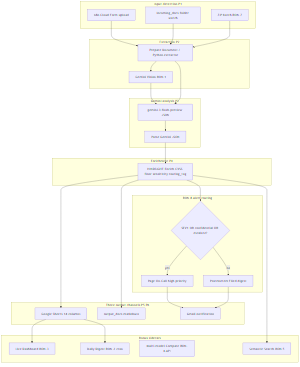
Before: docs/architecture.png, a diagram exported from Mermaid (reem-mor/hindsight). Its source is kept beside it as docs/architecture.mmd.
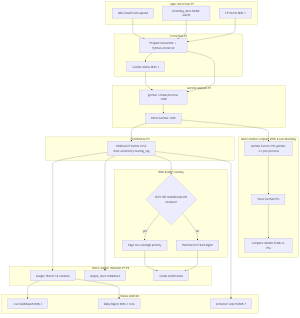
The same file after the commit.

Diff of the diagram source:
```diff
@@ -11,6 +11,11 @@
   subgraph analyze [Gemini analysis P3]
     Flash[gemini-3-flash-preview JSON]
     Parse[Parse Gemini JSON]
+  end
+  subgraph compare6 [Multi-model Compare BON-6 non-blocking]
+    ProExtract[Gemini Extract Pro gemini-3.1-pro-preview]
+    ParsePro[Parse Gemini Pro]
+    Compare[Compare Models Flash vs Pro]
   end
   subgraph decide [Enrichment P4]
     Enrich[HINDSIGHT Enrich CVSS floor sensitivity routing_tag]
@@ -28,7 +33,6 @@
   subgraph bonus [Bonus sidecars]
     Dash[Live Dashboard BON-3]
     Search[Semantic Search BON-5]
-    Compare[Multi-model Compare BON-6 API]
     Daily[Daily Digest BON-2 cron]
   end
   CloudForm --> Prepare
@@ -38,6 +42,7 @@
   Prepare --> Flash
   Vision --> Flash
   Flash --> Parse --> Enrich
+  Parse --> ProExtract --> ParsePro --> Compare
   Enrich --> Sheets
   Enrich --> Files
   Enrich --> IF
```
